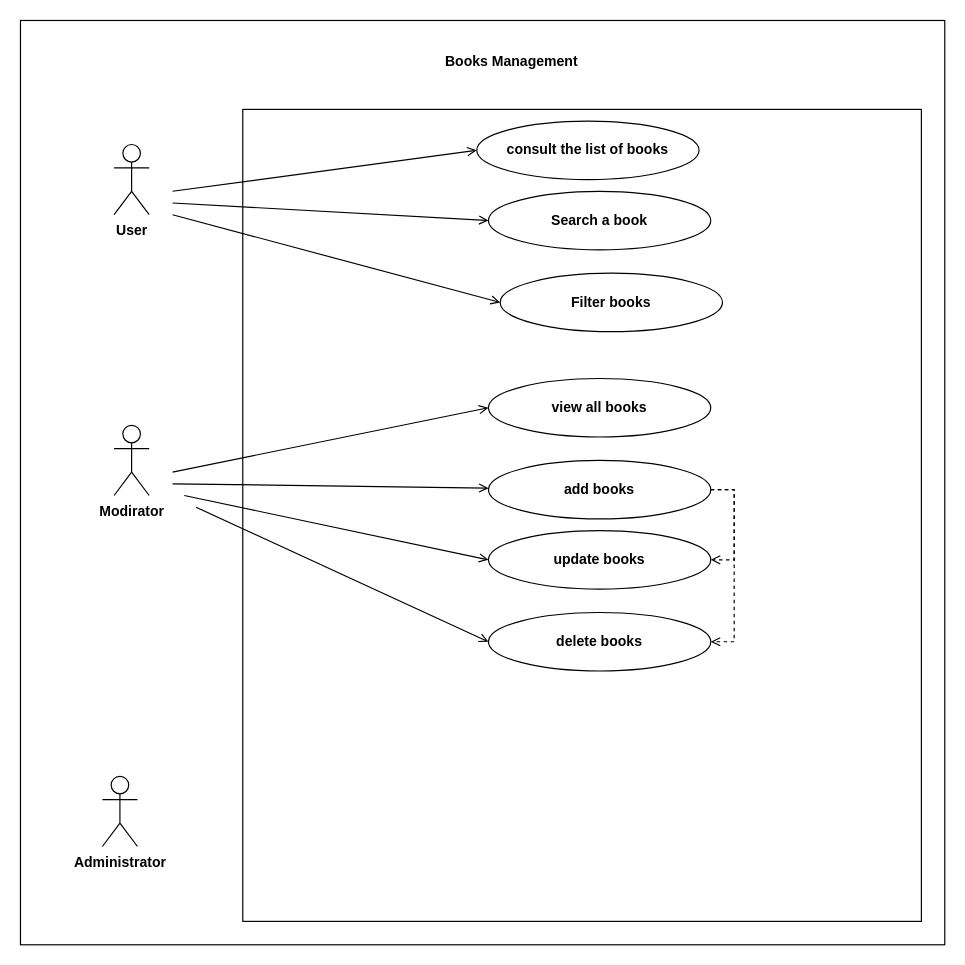
The draw.io diagram UseCase-BooksManagement.drawio in cherifsriret/boilerplate-npm, before the edit. Source tidied: cells renumbered, new cells numbered last; positions are measured from the earlier drawing's top-left corner, leaving out a move shared by most shapes. Both pictures are drawn from the tidied source at 117%, with x=0, y=0 at pixel (20, 20).
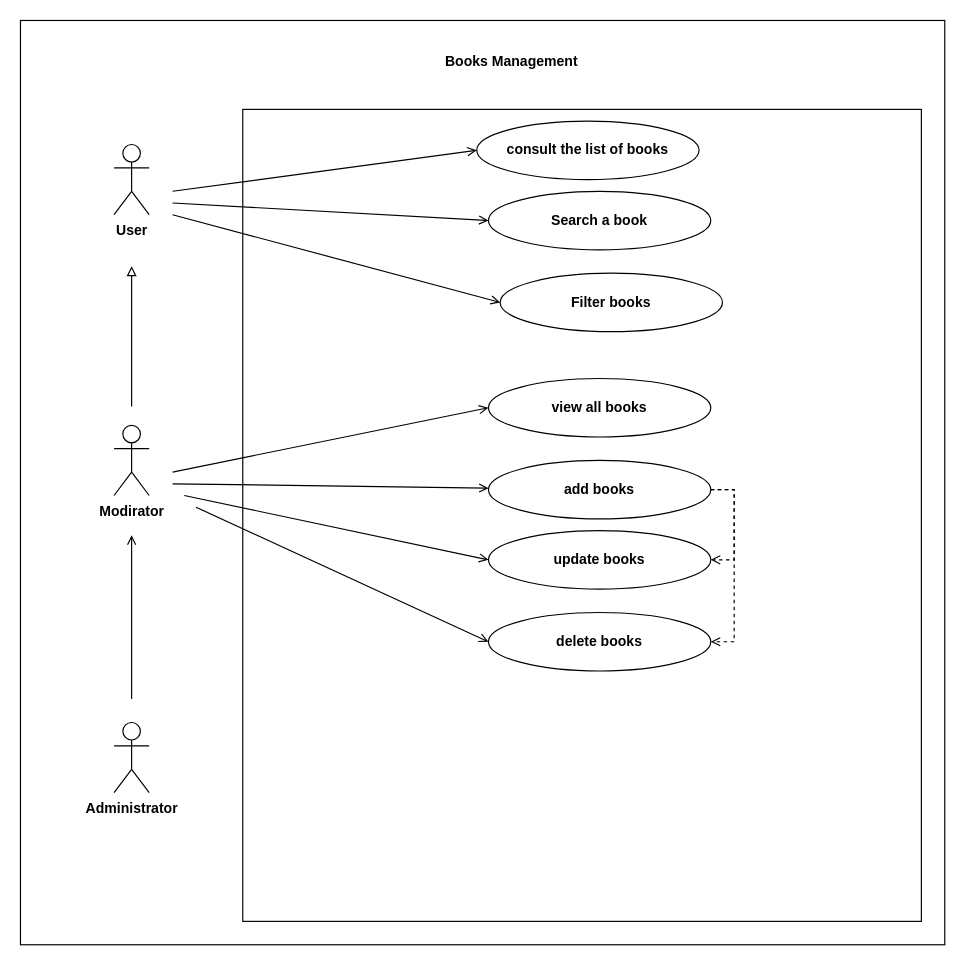
The same diagram, later.

Commit message (it also covers changes not shown here):
Mettre à jour UseCase-BooksManagement.drawio

Diff of the diagram source:
```diff
@@
+    <mxCell id="24" style="edgeStyle=orthogonalEdgeStyle;rounded=0;orthogonalLoop=1;jettySize=auto;html=1;endArrow=block;endFill=0;" parent="1" edge="1">
+      <mxGeometry relative="1" as="geometry">
+        <mxPoint x="95" y="330" as="sourcePoint" />
+        <mxPoint x="95" y="210" as="targetPoint" />
+      </mxGeometry>
+    </mxCell>
@@
+    <mxCell id="25" style="edgeStyle=orthogonalEdgeStyle;rounded=0;orthogonalLoop=1;jettySize=auto;html=1;endArrow=open;endFill=0;" parent="1" edge="1">
+      <mxGeometry relative="1" as="geometry">
+        <mxPoint x="95" y="580" as="sourcePoint" />
+        <mxPoint x="95" y="440" as="targetPoint" />
+      </mxGeometry>
+    </mxCell>
     <mxCell id="5" value="Administrator" style="shape=umlActor;verticalLabelPosition=bottom;verticalAlign=top;html=1;fontStyle=1;" parent="1" vertex="1">
-      <mxGeometry x="70" y="646" width="30" height="60" as="geometry" />
+      <mxGeometry x="80" y="600" width="30" height="60" as="geometry" />
     </mxCell>
```
